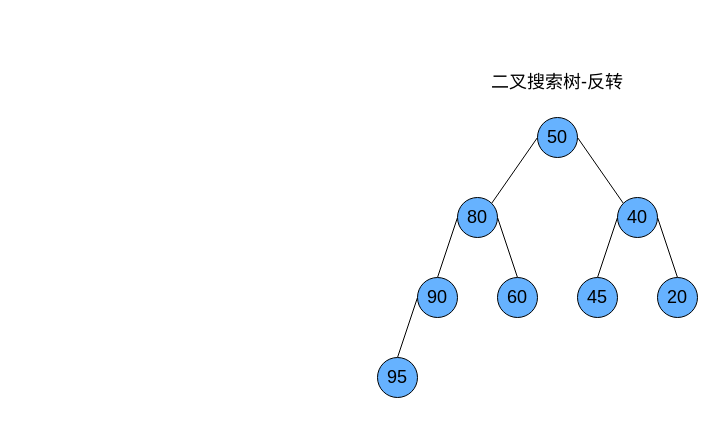
weizhiqimail/draw.io.repo keeps this draw.io diagram as files/data_structure/tree/二叉搜索树-反转.drawio. Above is the earlier version. Source tidied: cells renumbered, new cells numbered last; positions are measured from the earlier drawing's top-left corner, leaving out a move shared by most shapes. Both pictures are drawn from the tidied source at 100%, with x=0, y=0 at pixel (377, 67).
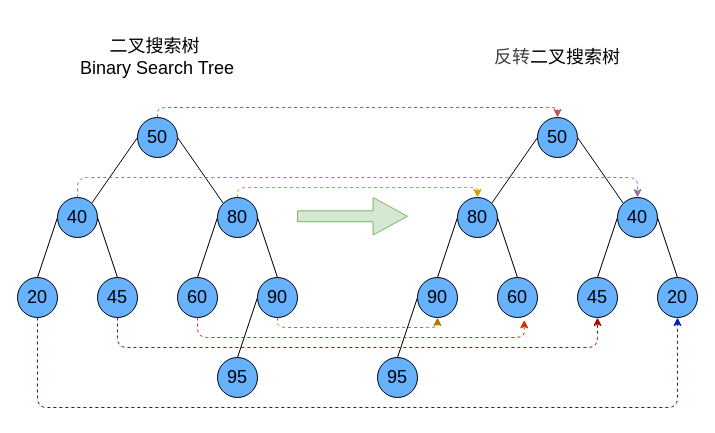
The same diagram, later.

Commit message (it also covers changes not shown here):
反转二叉搜索树

Unchanged cells that the change refers to:
```xml
<mxCell id="4" value="&lt;font style=&quot;color: rgb(0, 0, 0); font-size: 18px;&quot;&gt;50&lt;/font&gt;" style="ellipse;whiteSpace=wrap;html=1;fillColor=#66B2FF;" parent="1" vertex="1">
  <mxGeometry x="160" y="50" width="40" height="40" as="geometry" />
</mxCell>
<mxCell id="7" value="&lt;font style=&quot;color: rgb(0, 0, 0); font-size: 18px;&quot;&gt;80&lt;/font&gt;" style="ellipse;whiteSpace=wrap;html=1;fillColor=#66B2FF;" parent="1" vertex="1">
  <mxGeometry x="80" y="130" width="40" height="40" as="geometry" />
</mxCell>
<mxCell id="8" value="&lt;font style=&quot;color: rgb(0, 0, 0); font-size: 18px;&quot;&gt;60&lt;/font&gt;" style="ellipse;whiteSpace=wrap;html=1;fillColor=#66B2FF;" parent="1" vertex="1">
  <mxGeometry x="120" y="210" width="40" height="40" as="geometry" />
</mxCell>
<mxCell id="10" value="&lt;font style=&quot;color: rgb(0, 0, 0); font-size: 18px;&quot;&gt;90&lt;/font&gt;" style="ellipse;whiteSpace=wrap;html=1;fillColor=#66B2FF;" parent="1" vertex="1">
  <mxGeometry x="40" y="210" width="40" height="40" as="geometry" />
</mxCell>
<mxCell id="13" value="&lt;font style=&quot;color: rgb(0, 0, 0); font-size: 18px;&quot;&gt;40&lt;/font&gt;" style="ellipse;whiteSpace=wrap;html=1;fillColor=#66B2FF;" parent="1" vertex="1">
  <mxGeometry x="240" y="130" width="40" height="40" as="geometry" />
</mxCell>
<mxCell id="15" value="&lt;font style=&quot;color: rgb(0, 0, 0); font-size: 18px;&quot;&gt;20&lt;/font&gt;" style="ellipse;whiteSpace=wrap;html=1;fillColor=#66B2FF;" parent="1" vertex="1">
  <mxGeometry x="280" y="210" width="40" height="40" as="geometry" />
</mxCell>
<mxCell id="16" value="&lt;font style=&quot;color: rgb(0, 0, 0); font-size: 18px;&quot;&gt;45&lt;/font&gt;" style="ellipse;whiteSpace=wrap;html=1;fillColor=#66B2FF;" parent="1" vertex="1">
  <mxGeometry x="200" y="210" width="40" height="40" as="geometry" />
</mxCell>
```

What changed in the source:
```diff
@@
-    <mxCell id="17" value="&lt;font style=&quot;font-size: 18px;&quot;&gt;二叉搜索树-反转&lt;/font&gt;" style="text;html=1;align=center;verticalAlign=middle;whiteSpace=wrap;rounded=0;" parent="1" vertex="1">
-      <mxGeometry x="50" width="260" height="30" as="geometry" />
+    <mxCell id="17" value="&lt;font style=&quot;font-size: 18px;&quot;&gt;&lt;span style=&quot;color: rgb(63, 63, 63);&quot;&gt;反转&lt;/span&gt;二叉搜索树&lt;/font&gt;" style="text;html=1;align=center;verticalAlign=middle;whiteSpace=wrap;rounded=0;" parent="1" vertex="1">
+      <mxGeometry x="50" y="-40" width="260" height="60" as="geometry" />
     </mxCell>
+    <mxCell id="18" style="edgeStyle=none;html=1;exitX=0;exitY=0.5;exitDx=0;exitDy=0;entryX=1;entryY=0;entryDx=0;entryDy=0;endArrow=none;endFill=0;" parent="1" edge="1" source="21" target="25">
+      <mxGeometry relative="1" as="geometry" />
+    </mxCell>
+    <mxCell id="19" style="edgeStyle=none;html=1;exitX=1;exitY=0.5;exitDx=0;exitDy=0;entryX=0;entryY=0;entryDx=0;entryDy=0;endArrow=none;endFill=0;" parent="1" edge="1" source="21" target="33">
+      <mxGeometry relative="1" as="geometry" />
+    </mxCell>
+    <mxCell id="20" style="edgeStyle=elbowEdgeStyle;html=1;exitX=0.5;exitY=0;exitDx=0;exitDy=0;entryX=0.5;entryY=0;entryDx=0;entryDy=0;fillColor=#f8cecc;strokeColor=#b85450;dashed=1;" parent="1" edge="1" source="21" target="4">
+      <mxGeometry relative="1" as="geometry">
+        <Array as="points">
+          <mxPoint x="-20" y="40" />
+        </Array>
+      </mxGeometry>
+    </mxCell>
+    <mxCell id="21" value="&lt;font style=&quot;color: rgb(0, 0, 0); font-size: 18px;&quot;&gt;50&lt;/font&gt;" style="ellipse;whiteSpace=wrap;html=1;fillColor=#66B2FF;" parent="1" vertex="1">
+      <mxGeometry x="-240" y="50" width="40" height="40" as="geometry" />
+    </mxCell>
+    <mxCell id="22" style="edgeStyle=none;html=1;exitX=1;exitY=0.5;exitDx=0;exitDy=0;entryX=0.5;entryY=0;entryDx=0;entryDy=0;endArrow=none;endFill=0;" parent="1" edge="1" source="25" target="27">
+      <mxGeometry relative="1" as="geometry" />
+    </mxCell>
+    <mxCell id="23" style="edgeStyle=none;html=1;exitX=0;exitY=0.5;exitDx=0;exitDy=0;entryX=0.5;entryY=0;entryDx=0;entryDy=0;endArrow=none;endFill=0;" parent="1" edge="1" source="25" target="29">
+      <mxGeometry relative="1" as="geometry" />
+    </mxCell>
+    <mxCell id="24" style="edgeStyle=elbowEdgeStyle;html=1;exitX=0.5;exitY=0;exitDx=0;exitDy=0;entryX=0.5;entryY=0;entryDx=0;entryDy=0;dashed=1;fillColor=#e1d5e7;strokeColor=#9673a6;" parent="1" edge="1" source="25" target="13">
+      <mxGeometry relative="1" as="geometry">
+        <Array as="points">
+          <mxPoint x="-20" y="110" />
+        </Array>
+      </mxGeometry>
+    </mxCell>
+    <mxCell id="25" value="&lt;font style=&quot;color: rgb(0, 0, 0); font-size: 18px;&quot;&gt;40&lt;/font&gt;" style="ellipse;whiteSpace=wrap;html=1;fillColor=#66B2FF;" parent="1" vertex="1">
+      <mxGeometry x="-320" y="130" width="40" height="40" as="geometry" />
+    </mxCell>
+    <mxCell id="26" style="edgeStyle=elbowEdgeStyle;html=1;exitX=0.5;exitY=1;exitDx=0;exitDy=0;entryX=0.5;entryY=1;entryDx=0;entryDy=0;dashed=1;fillColor=#e51400;strokeColor=#B20000;" parent="1" edge="1" source="27" target="16">
+      <mxGeometry relative="1" as="geometry">
+        <Array as="points">
+          <mxPoint x="-20" y="280" />
+        </Array>
+      </mxGeometry>
+    </mxCell>
+    <mxCell id="27" value="&lt;font style=&quot;color: rgb(0, 0, 0); font-size: 18px;&quot;&gt;45&lt;/font&gt;" style="ellipse;whiteSpace=wrap;html=1;fillColor=#66B2FF;" parent="1" vertex="1">
+      <mxGeometry x="-280" y="210" width="40" height="40" as="geometry" />
+    </mxCell>
+    <mxCell id="28" style="edgeStyle=elbowEdgeStyle;html=1;exitX=0.5;exitY=1;exitDx=0;exitDy=0;entryX=0.5;entryY=1;entryDx=0;entryDy=0;fillColor=#0050ef;strokeColor=#001DBC;dashed=1;" parent="1" edge="1" source="29" target="15">
+      <mxGeometry relative="1" as="geometry">
+        <Array as="points">
+          <mxPoint x="-20" y="340" />
+        </Array>
+      </mxGeometry>
+    </mxCell>
+    <mxCell id="29" value="&lt;font style=&quot;color: rgb(0, 0, 0); font-size: 18px;&quot;&gt;20&lt;/font&gt;" style="ellipse;whiteSpace=wrap;html=1;fillColor=#66B2FF;" parent="1" vertex="1">
+      <mxGeometry x="-360" y="210" width="40" height="40" as="geometry" />
+    </mxCell>
+    <mxCell id="30" style="edgeStyle=none;html=1;exitX=1;exitY=0.5;exitDx=0;exitDy=0;entryX=0.5;entryY=0;entryDx=0;entryDy=0;endArrow=none;endFill=0;" parent="1" edge="1" source="33" target="37">
+      <mxGeometry relative="1" as="geometry" />
+    </mxCell>
+    <mxCell id="31" style="edgeStyle=none;html=1;exitX=0;exitY=0.5;exitDx=0;exitDy=0;entryX=0.5;entryY=0;entryDx=0;entryDy=0;endArrow=none;endFill=0;" parent="1" edge="1" source="33" target="38">
+      <mxGeometry relative="1" as="geometry" />
+    </mxCell>
+    <mxCell id="32" style="edgeStyle=elbowEdgeStyle;html=1;exitX=0.5;exitY=0;exitDx=0;exitDy=0;entryX=0.5;entryY=0;entryDx=0;entryDy=0;fillColor=#ffe6cc;strokeColor=#d79b00;dashed=1;" parent="1" edge="1" source="33" target="7">
+      <mxGeometry relative="1" as="geometry">
+        <Array as="points">
+          <mxPoint x="-20" y="120" />
+        </Array>
+      </mxGeometry>
+    </mxCell>
+    <mxCell id="33" value="&lt;font style=&quot;color: rgb(0, 0, 0); font-size: 18px;&quot;&gt;80&lt;/font&gt;" style="ellipse;whiteSpace=wrap;html=1;fillColor=#66B2FF;" parent="1" vertex="1">
+      <mxGeometry x="-160" y="130" width="40" height="40" as="geometry" />
+    </mxCell>
+    <mxCell id="34" value="&lt;font style=&quot;color: rgb(0, 0, 0); font-size: 18px;&quot;&gt;95&lt;/font&gt;" style="ellipse;whiteSpace=wrap;html=1;fillColor=#66B2FF;" parent="1" vertex="1">
+      <mxGeometry x="-160" y="290" width="40" height="40" as="geometry" />
+    </mxCell>
+    <mxCell id="35" style="edgeStyle=none;html=1;exitX=0;exitY=0.5;exitDx=0;exitDy=0;entryX=0.5;entryY=0;entryDx=0;entryDy=0;endArrow=none;endFill=0;" parent="1" edge="1" source="37" target="34">
+      <mxGeometry relative="1" as="geometry" />
+    </mxCell>
+    <mxCell id="36" style="edgeStyle=elbowEdgeStyle;html=1;exitX=0.5;exitY=1;exitDx=0;exitDy=0;entryX=0.5;entryY=1;entryDx=0;entryDy=0;fillColor=#f0a30a;strokeColor=#BD7000;dashed=1;" parent="1" edge="1" source="37" target="10">
+      <mxGeometry relative="1" as="geometry">
+        <Array as="points">
+          <mxPoint x="-20" y="260" />
+        </Array>
+      </mxGeometry>
+    </mxCell>
+    <mxCell id="37" value="&lt;font style=&quot;color: rgb(0, 0, 0); font-size: 18px;&quot;&gt;90&lt;/font&gt;" style="ellipse;whiteSpace=wrap;html=1;fillColor=#66B2FF;" parent="1" vertex="1">
+      <mxGeometry x="-120" y="210" width="40" height="40" as="geometry" />
+    </mxCell>
+    <mxCell id="38" value="&lt;font style=&quot;color: rgb(0, 0, 0); font-size: 18px;&quot;&gt;60&lt;/font&gt;" style="ellipse;whiteSpace=wrap;html=1;fillColor=#66B2FF;" parent="1" vertex="1">
+      <mxGeometry x="-200" y="210" width="40" height="40" as="geometry" />
+    </mxCell>
+    <mxCell id="39" value="&lt;font style=&quot;font-size: 18px;&quot;&gt;二叉搜索树&amp;nbsp;&lt;/font&gt;&lt;div&gt;&lt;font style=&quot;font-size: 18px;&quot;&gt;Binary Search Tree&lt;/font&gt;&lt;/div&gt;" style="text;html=1;align=center;verticalAlign=middle;whiteSpace=wrap;rounded=0;" parent="1" vertex="1">
+      <mxGeometry x="-350" y="-50" width="260" height="80" as="geometry" />
+    </mxCell>
+    <mxCell id="40" style="html=1;shadow=0;dashed=0;align=center;verticalAlign=middle;shape=mxgraph.arrows2.arrow;dy=0.71;dx=34.41;notch=0;fillColor=#d5e8d4;strokeColor=#82b366;" parent="1" vertex="1">
+      <mxGeometry x="-80" y="130" width="110" height="37.5" as="geometry" />
+    </mxCell>
+    <mxCell id="41" style="edgeStyle=elbowEdgeStyle;html=1;exitX=0.5;exitY=1;exitDx=0;exitDy=0;entryX=0.669;entryY=1.06;entryDx=0;entryDy=0;entryPerimeter=0;dashed=1;fillColor=#fa6800;strokeColor=#C73500;" parent="1" edge="1" source="38" target="8">
+      <mxGeometry relative="1" as="geometry">
+        <Array as="points">
+          <mxPoint x="-20" y="270" />
+        </Array>
+      </mxGeometry>
+    </mxCell>
```
